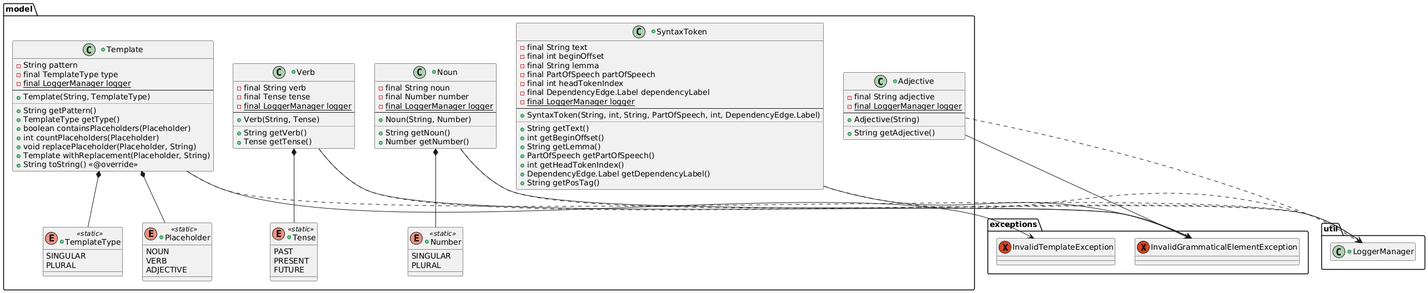
Earlier version of the PlantUML export diagrams/classDiagrams/ClassDiagram_model.png (sclosaf/NonSense-Generator).
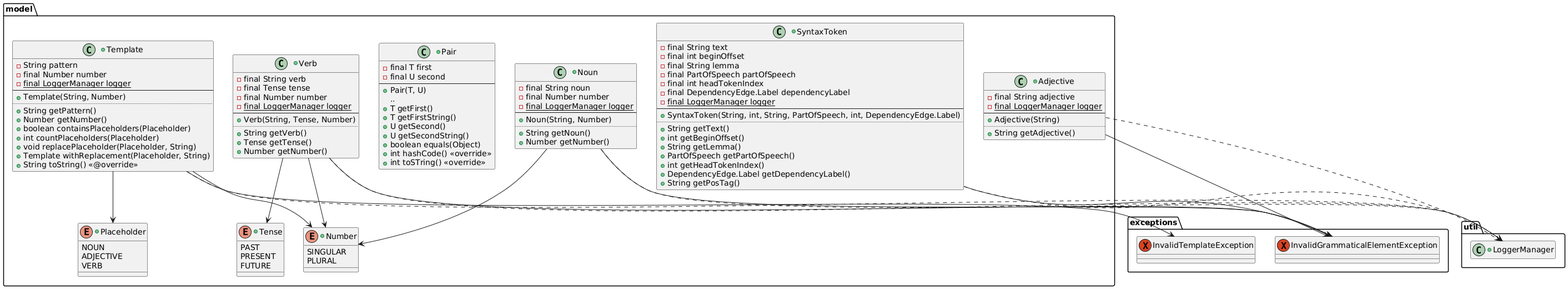
The same file after the commit.

Commit message:
changed class diagrams

The edit, as a diff of the source:
```diff
@@ -75,7 +75,6 @@
   exception InvalidListException $exceptions
   exception InvalidNumberException $exceptions
   exception InvalidTemplateException $exceptions
-  exception InvalidTemplateTypeException $exceptions
   exception InvalidTenseException $exceptions
   exception InvalidTextException $exceptions
   exception InvalidThresholdException $exceptions{
@@ -152,7 +151,7 @@
   }
 
  +class RandomTemplateGenerator $generator implements JsonUpdateObserver{
-   - Map<TemplateType, List<Template>> templates
+   - Map<Number, List<Template>> templates
    - {static} Random random
    - {static} final JsonFileHandler jsonHandler
    - {static} String templatesPath
@@ -164,7 +163,7 @@
    ..
    - void loadTemplates()
    + Template getRandomTemplate()
-   + Template getRandomTemplate(TemplateType)
+   + Template getRandomTemplate(Number)
    + void cleanup()
    + void onJsonUpdate() <<@override>>
   }
@@ -194,8 +193,6 @@
    + List<Template> getRandomTemplates()
    - Number getRandomNumber()
    - Tense getRandomTense()
-   - TemplateType convertNumberToTemplateType(Number)
-   - Number convertTemplateTypeToNumber(TemplateType)
    + void close() <<@override>>
   }
 
@@ -243,7 +240,7 @@
    + Number getNumber()
   }
 
-  +enum Number <<static>> $model{
+  +enum Number $model{
     SINGULAR
     PLURAL
   }
@@ -251,18 +248,41 @@
  +class Verb $model{
    - final String verb
    - final Tense tense
+   - final Number number
    - {static} final LoggerManager logger
    --
-   + Verb(String, Tense)
+   + Verb(String, Tense, Number)
    ..
    + String getVerb()
    + Tense getTense()
+   + Number getNumber()
   }
 
-  +enum Tense <<static>> $model{
+  +enum Tense $model{
    PAST
    PRESENT
    FUTURE
+  }
+
+  +enum Placeholder $model{
+   NOUN
+   ADJECTIVE
+   VERB
+  }
+
+  +class Pair $model{
+  - final T first
+  - final U second
+  --
+  + Pair(T, U)
+  ..
+  + T getFirst()
+  + T getFirstString()
+  + U getSecond()
+  + U getSecondString()
+  + boolean equals(Object)
+  + int hashCode() <<override>>
+  + int toSTring() <<override>>
   }
 
  +class SyntaxToken $model{
@@ -287,13 +307,13 @@
 
  +class Template $model{
    - String pattern
-   - final TemplateType type
+   - final Number number
    - {static} final LoggerManager logger
    --
-   + Template(String, TemplateType)
+   + Template(String, Number)
    ..
    + String getPattern()
-   + TemplateType getType()
+   + Number getNumber()
    + boolean containsPlaceholders(Placeholder)
    + int countPlaceholders(Placeholder)
    + void replacePlaceholder(Placeholder, String)
@@ -301,16 +321,6 @@
    + String toString() <<@override>>
   }
 
- +enum TemplateType <<static>> $model{
-   SINGULAR
-   PLURAL
-  }
-
-  +enum Placeholder <<static>> $model{
-   NOUN
-   VERB
-   ADJECTIVE
-  }
 }
 
 package util{
@@ -663,19 +673,20 @@
 
 Noun --> InvalidGrammaticalElementException
 Noun ..> LoggerManager
-Noun *-- Number
+Noun --> Number
 
 Verb --> InvalidGrammaticalElementException
 Verb ..> LoggerManager
-Verb *-- Tense
+Verb --> Tense
+Verb --> Number
 
 SyntaxToken --> InvalidGrammaticalElementException
 SyntaxToken ..> LoggerManager
 
 Template --> InvalidTemplateException
 Template ..> LoggerManager
-Template *-- TemplateType
-Template *-- Placeholder
+Template --> Number
+Template --> Placeholder
 
 RandomAdjectiveGenerator --> JsonUpdateObserver
 RandomAdjectiveGenerator --> JsonUpdater
@@ -715,7 +726,6 @@
 SentenceGenerator --> RandomTemplateGenerator
 SentenceGenerator --> JsonUpdater
 SentenceGenerator --> InvalidNumberException
-SentenceGenerator --> InvalidTemplateTypeException
 SentenceGenerator --> InvalidTemplateException
 SentenceGenerator ..> LoggerManager
 
```
